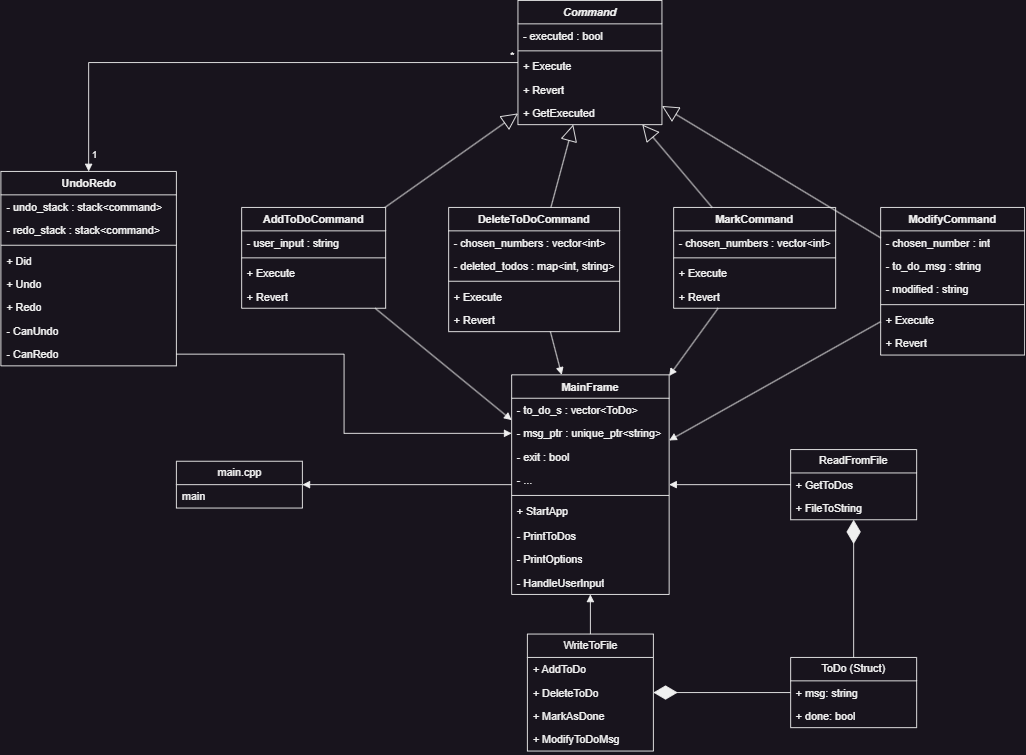
Before: uml_diagrams/images/class_diagram.png, a diagram exported from draw.io (EvatsugDnalloR/ToDoListConsoleApplication). Source tidied: cells renumbered, new cells last; positions are measured from the earlier drawing's top-left corner, leaving out a move shared by most shapes.
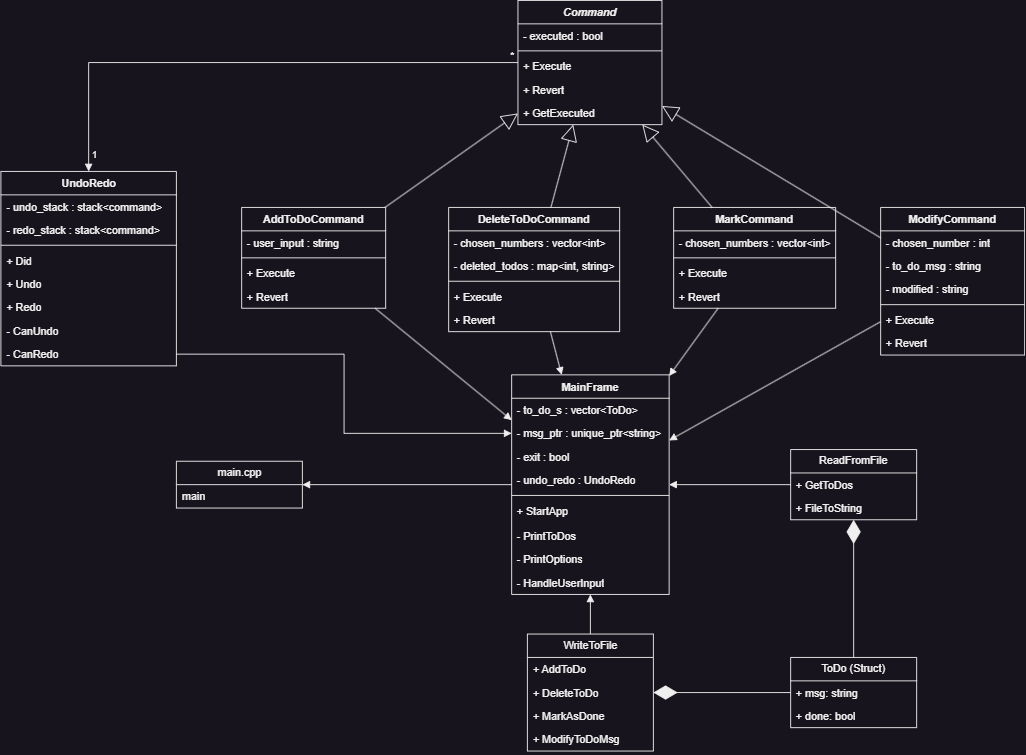
Above is the later version.

The edit, as a diff of the source:
```diff
@@ -86,7 +86,7 @@
     <mxCell id="29" value="- exit : bool&lt;span style=&quot;color: rgba(0, 0, 0, 0); font-family: monospace; font-size: 0px; text-wrap: nowrap;&quot;&gt;%3CmxGraphModel%3E%3Croot%3E%3CmxCell%20id%3D%220%22%2F%3E%3CmxCell%20id%3D%221%22%20parent%3D%220%22%2F%3E%3CmxCell%20id%3D%222%22%20value%3D%22-%20to_do_s%20%3A%20vector%26amp%3Blt%3BToDo%26amp%3Bgt%3B%22%20style%3D%22text%3BstrokeColor%3Dnone%3BfillColor%3Dnone%3Balign%3Dleft%3BverticalAlign%3Dtop%3BspacingLeft%3D4%3BspacingRight%3D4%3Boverflow%3Dhidden%3Brotatable%3D0%3Bpoints%3D%5B%5B0%2C0.5%5D%2C%5B1%2C0.5%5D%5D%3BportConstraint%3Deastwest%3BwhiteSpace%3Dwrap%3Bhtml%3D1%3B%22%20vertex%3D%221%22%20parent%3D%221%22%3E%3CmxGeometry%20x%3D%22235%22%20y%3D%22486%22%20width%3D%22160%22%20height%3D%2226%22%20as%3D%22geometry%22%2F%3E%3C%2FmxCell%3E%3C%2Froot%3E%3C%2FmxGraphModel%3E&lt;/span&gt;" style="text;strokeColor=none;fillColor=none;align=left;verticalAlign=top;spacingLeft=4;spacingRight=4;overflow=hidden;whiteSpace=wrap;html=1;" parent="26" vertex="1">
       <mxGeometry y="78" width="175" height="26" as="geometry" />
     </mxCell>
-    <mxCell id="30" value="- ..." style="text;strokeColor=none;fillColor=none;align=left;verticalAlign=top;spacingLeft=4;spacingRight=4;overflow=hidden;whiteSpace=wrap;html=1;" parent="26" vertex="1">
+    <mxCell id="30" value="- undo_redo : UndoRedo" style="text;strokeColor=none;fillColor=none;align=left;verticalAlign=top;spacingLeft=4;spacingRight=4;overflow=hidden;whiteSpace=wrap;html=1;" parent="26" vertex="1">
       <mxGeometry y="104" width="175" height="26" as="geometry" />
     </mxCell>
     <mxCell id="31" style="line;strokeWidth=1;fillColor=none;align=left;verticalAlign=middle;spacingTop=-1;spacingLeft=3;spacingRight=3;labelPosition=right;strokeColor=inherit;" parent="26" vertex="1">
```
